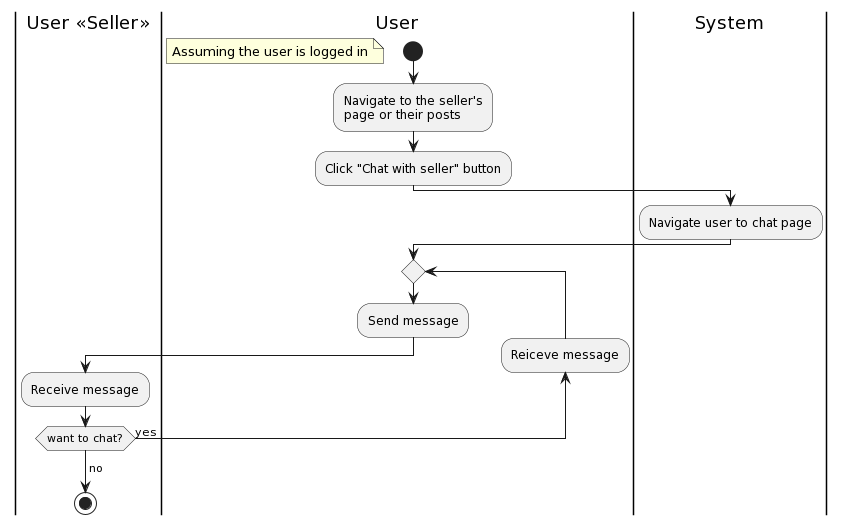
The PlantUML diagram Lab 1.2/img/activity/chat-wth-seller.png in doublek2712/SE357-Pratice-class, before a commit.
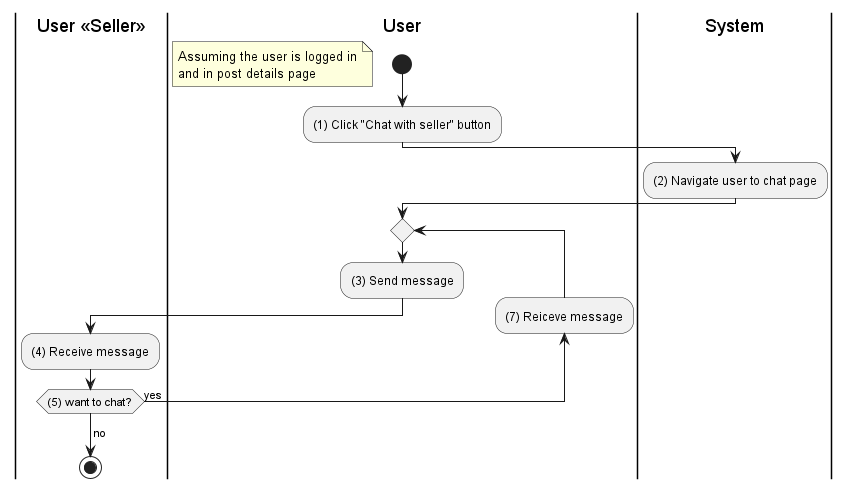
After the commit.

Change to the diagram source:
```diff
@@ -4,22 +4,21 @@
 start
 floating note left
 Assuming the user is logged in
+and in post details page
 end note
-:Navigate to the seller's
-page or their posts;
-:Click "Chat with seller" button;
+:(1) Click "Chat with seller" button;
 |System|
-:Navigate user to chat page;
+:(2) Navigate user to chat page;
 |User|
 repeat
-   :Send message;
+   :(3) Send message;
    |User <<Seller>>|
-   :Receive message;
+   :(4) Receive message;
 backward:Send message;
 |User|
-backward:Reiceve message;
+backward:(7) Reiceve message;
 |User <<Seller>>|
-repeat while (want to chat?) is (yes)
+repeat while ((5) want to chat?) is (yes)
 -> no;
 stop
 @enduml
```
